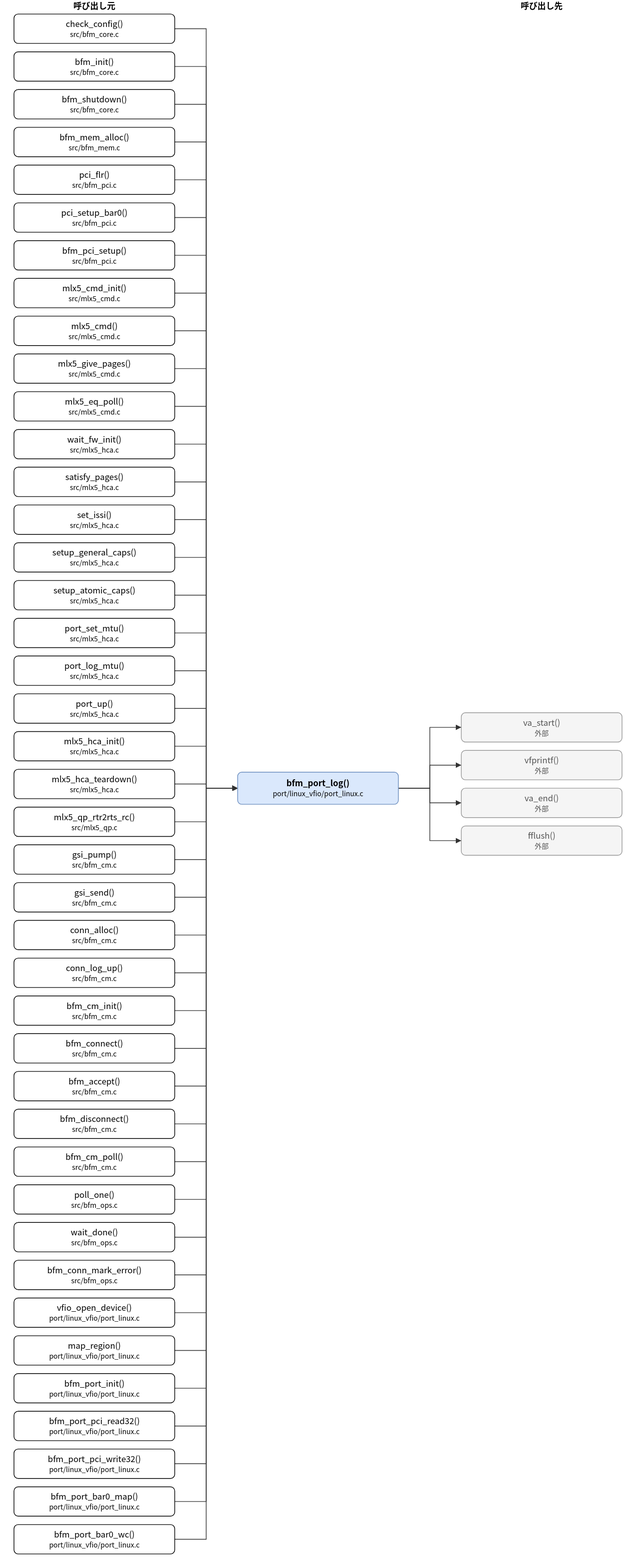
hf355051012-ai/bfmem keeps this draw.io diagram as doc/spec/images/call_port_linux_vfio_port_linux__bfm_port_log.drawio.svg. Above is the earlier version. Source tidied: cells renumbered, new cells last; positions are measured from the earlier drawing's top-left corner, leaving out a move shared by most shapes.
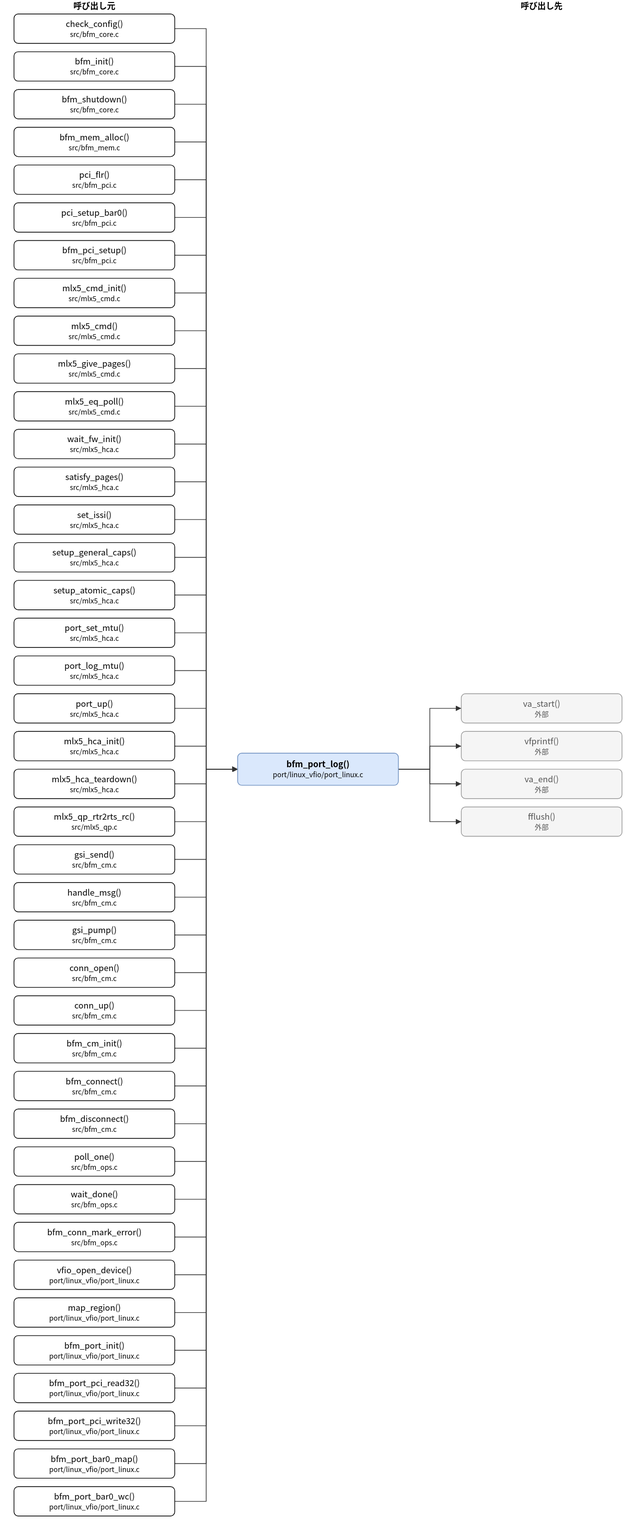
Later version of the same file.

Diff of the diagram source:
```diff
@@ -5,3 +5,3 @@
     <mxCell id="2" value="bfm_port_log()&lt;br&gt;&lt;font style=&quot;font-size:10px&quot;&gt;port/linux_vfio/port_linux.c&lt;/font&gt;" style="rounded=1;whiteSpace=wrap;html=1;fillColor=#dae8fc;strokeColor=#6c8ebf;fontStyle=1;" parent="1" vertex="1">
-      <mxGeometry x="320" y="1104" width="230" height="46" as="geometry" />
+      <mxGeometry x="320" y="1077" width="230" height="46" as="geometry" />
     </mxCell>
@@ -73,21 +73,21 @@
     </mxCell>
-    <mxCell id="25" value="gsi_pump()&lt;br&gt;&lt;font style=&quot;font-size:10px&quot;&gt;src/bfm_cm.c&lt;/font&gt;" style="rounded=1;whiteSpace=wrap;html=1;" parent="1" vertex="1">
+    <mxCell id="25" value="gsi_send()&lt;br&gt;&lt;font style=&quot;font-size:10px&quot;&gt;src/bfm_cm.c&lt;/font&gt;" style="rounded=1;whiteSpace=wrap;html=1;" parent="1" vertex="1">
       <mxGeometry y="1208" width="230" height="42" as="geometry" />
     </mxCell>
-    <mxCell id="26" value="gsi_send()&lt;br&gt;&lt;font style=&quot;font-size:10px&quot;&gt;src/bfm_cm.c&lt;/font&gt;" style="rounded=1;whiteSpace=wrap;html=1;" parent="1" vertex="1">
+    <mxCell id="26" value="handle_msg()&lt;br&gt;&lt;font style=&quot;font-size:10px&quot;&gt;src/bfm_cm.c&lt;/font&gt;" style="rounded=1;whiteSpace=wrap;html=1;" parent="1" vertex="1">
       <mxGeometry y="1262" width="230" height="42" as="geometry" />
     </mxCell>
-    <mxCell id="27" value="conn_alloc()&lt;br&gt;&lt;font style=&quot;font-size:10px&quot;&gt;src/bfm_cm.c&lt;/font&gt;" style="rounded=1;whiteSpace=wrap;html=1;" parent="1" vertex="1">
+    <mxCell id="27" value="gsi_pump()&lt;br&gt;&lt;font style=&quot;font-size:10px&quot;&gt;src/bfm_cm.c&lt;/font&gt;" style="rounded=1;whiteSpace=wrap;html=1;" parent="1" vertex="1">
       <mxGeometry y="1316" width="230" height="42" as="geometry" />
     </mxCell>
-    <mxCell id="28" value="conn_log_up()&lt;br&gt;&lt;font style=&quot;font-size:10px&quot;&gt;src/bfm_cm.c&lt;/font&gt;" style="rounded=1;whiteSpace=wrap;html=1;" parent="1" vertex="1">
+    <mxCell id="28" value="conn_open()&lt;br&gt;&lt;font style=&quot;font-size:10px&quot;&gt;src/bfm_cm.c&lt;/font&gt;" style="rounded=1;whiteSpace=wrap;html=1;" parent="1" vertex="1">
       <mxGeometry y="1370" width="230" height="42" as="geometry" />
     </mxCell>
-    <mxCell id="29" value="bfm_cm_init()&lt;br&gt;&lt;font style=&quot;font-size:10px&quot;&gt;src/bfm_cm.c&lt;/font&gt;" style="rounded=1;whiteSpace=wrap;html=1;" parent="1" vertex="1">
+    <mxCell id="29" value="conn_up()&lt;br&gt;&lt;font style=&quot;font-size:10px&quot;&gt;src/bfm_cm.c&lt;/font&gt;" style="rounded=1;whiteSpace=wrap;html=1;" parent="1" vertex="1">
       <mxGeometry y="1424" width="230" height="42" as="geometry" />
     </mxCell>
-    <mxCell id="30" value="bfm_connect()&lt;br&gt;&lt;font style=&quot;font-size:10px&quot;&gt;src/bfm_cm.c&lt;/font&gt;" style="rounded=1;whiteSpace=wrap;html=1;" parent="1" vertex="1">
+    <mxCell id="30" value="bfm_cm_init()&lt;br&gt;&lt;font style=&quot;font-size:10px&quot;&gt;src/bfm_cm.c&lt;/font&gt;" style="rounded=1;whiteSpace=wrap;html=1;" parent="1" vertex="1">
       <mxGeometry y="1478" width="230" height="42" as="geometry" />
     </mxCell>
-    <mxCell id="31" value="bfm_accept()&lt;br&gt;&lt;font style=&quot;font-size:10px&quot;&gt;src/bfm_cm.c&lt;/font&gt;" style="rounded=1;whiteSpace=wrap;html=1;" parent="1" vertex="1">
+    <mxCell id="31" value="bfm_connect()&lt;br&gt;&lt;font style=&quot;font-size:10px&quot;&gt;src/bfm_cm.c&lt;/font&gt;" style="rounded=1;whiteSpace=wrap;html=1;" parent="1" vertex="1">
       <mxGeometry y="1532" width="230" height="42" as="geometry" />
@@ -97,46 +97,43 @@
     </mxCell>
-    <mxCell id="33" value="bfm_cm_poll()&lt;br&gt;&lt;font style=&quot;font-size:10px&quot;&gt;src/bfm_cm.c&lt;/font&gt;" style="rounded=1;whiteSpace=wrap;html=1;" parent="1" vertex="1">
+    <mxCell id="33" value="poll_one()&lt;br&gt;&lt;font style=&quot;font-size:10px&quot;&gt;src/bfm_ops.c&lt;/font&gt;" style="rounded=1;whiteSpace=wrap;html=1;" parent="1" vertex="1">
       <mxGeometry y="1640" width="230" height="42" as="geometry" />
     </mxCell>
-    <mxCell id="34" value="poll_one()&lt;br&gt;&lt;font style=&quot;font-size:10px&quot;&gt;src/bfm_ops.c&lt;/font&gt;" style="rounded=1;whiteSpace=wrap;html=1;" parent="1" vertex="1">
+    <mxCell id="34" value="wait_done()&lt;br&gt;&lt;font style=&quot;font-size:10px&quot;&gt;src/bfm_ops.c&lt;/font&gt;" style="rounded=1;whiteSpace=wrap;html=1;" parent="1" vertex="1">
       <mxGeometry y="1694" width="230" height="42" as="geometry" />
     </mxCell>
-    <mxCell id="35" value="wait_done()&lt;br&gt;&lt;font style=&quot;font-size:10px&quot;&gt;src/bfm_ops.c&lt;/font&gt;" style="rounded=1;whiteSpace=wrap;html=1;" parent="1" vertex="1">
+    <mxCell id="35" value="bfm_conn_mark_error()&lt;br&gt;&lt;font style=&quot;font-size:10px&quot;&gt;src/bfm_ops.c&lt;/font&gt;" style="rounded=1;whiteSpace=wrap;html=1;" parent="1" vertex="1">
       <mxGeometry y="1748" width="230" height="42" as="geometry" />
     </mxCell>
-    <mxCell id="36" value="bfm_conn_mark_error()&lt;br&gt;&lt;font style=&quot;font-size:10px&quot;&gt;src/bfm_ops.c&lt;/font&gt;" style="rounded=1;whiteSpace=wrap;html=1;" parent="1" vertex="1">
+    <mxCell id="36" value="vfio_open_device()&lt;br&gt;&lt;font style=&quot;font-size:10px&quot;&gt;port/linux_vfio/port_linux.c&lt;/font&gt;" style="rounded=1;whiteSpace=wrap;html=1;" parent="1" vertex="1">
       <mxGeometry y="1802" width="230" height="42" as="geometry" />
     </mxCell>
-    <mxCell id="37" value="vfio_open_device()&lt;br&gt;&lt;font style=&quot;font-size:10px&quot;&gt;port/linux_vfio/port_linux.c&lt;/font&gt;" style="rounded=1;whiteSpace=wrap;html=1;" parent="1" vertex="1">
+    <mxCell id="37" value="map_region()&lt;br&gt;&lt;font style=&quot;font-size:10px&quot;&gt;port/linux_vfio/port_linux.c&lt;/font&gt;" style="rounded=1;whiteSpace=wrap;html=1;" parent="1" vertex="1">
       <mxGeometry y="1856" width="230" height="42" as="geometry" />
     </mxCell>
-    <mxCell id="38" value="map_region()&lt;br&gt;&lt;font style=&quot;font-size:10px&quot;&gt;port/linux_vfio/port_linux.c&lt;/font&gt;" style="rounded=1;whiteSpace=wrap;html=1;" parent="1" vertex="1">
+    <mxCell id="38" value="bfm_port_init()&lt;br&gt;&lt;font style=&quot;font-size:10px&quot;&gt;port/linux_vfio/port_linux.c&lt;/font&gt;" style="rounded=1;whiteSpace=wrap;html=1;" parent="1" vertex="1">
       <mxGeometry y="1910" width="230" height="42" as="geometry" />
     </mxCell>
-    <mxCell id="39" value="bfm_port_init()&lt;br&gt;&lt;font style=&quot;font-size:10px&quot;&gt;port/linux_vfio/port_linux.c&lt;/font&gt;" style="rounded=1;whiteSpace=wrap;html=1;" parent="1" vertex="1">
+    <mxCell id="39" value="bfm_port_pci_read32()&lt;br&gt;&lt;font style=&quot;font-size:10px&quot;&gt;port/linux_vfio/port_linux.c&lt;/font&gt;" style="rounded=1;whiteSpace=wrap;html=1;" parent="1" vertex="1">
       <mxGeometry y="1964" width="230" height="42" as="geometry" />
     </mxCell>
-    <mxCell id="40" value="bfm_port_pci_read32()&lt;br&gt;&lt;font style=&quot;font-size:10px&quot;&gt;port/linux_vfio/port_linux.c&lt;/font&gt;" style="rounded=1;whiteSpace=wrap;html=1;" parent="1" vertex="1">
+    <mxCell id="40" value="bfm_port_pci_write32()&lt;br&gt;&lt;font style=&quot;font-size:10px&quot;&gt;port/linux_vfio/port_linux.c&lt;/font&gt;" style="rounded=1;whiteSpace=wrap;html=1;" parent="1" vertex="1">
       <mxGeometry y="2018" width="230" height="42" as="geometry" />
     </mxCell>
-    <mxCell id="41" value="bfm_port_pci_write32()&lt;br&gt;&lt;font style=&quot;font-size:10px&quot;&gt;port/linux_vfio/port_linux.c&lt;/font&gt;" style="rounded=1;whiteSpace=wrap;html=1;" parent="1" vertex="1">
+    <mxCell id="41" value="bfm_port_bar0_map()&lt;br&gt;&lt;font style=&quot;font-size:10px&quot;&gt;port/linux_vfio/port_linux.c&lt;/font&gt;" style="rounded=1;whiteSpace=wrap;html=1;" parent="1" vertex="1">
       <mxGeometry y="2072" width="230" height="42" as="geometry" />
     </mxCell>
-    <mxCell id="42" value="bfm_port_bar0_map()&lt;br&gt;&lt;font style=&quot;font-size:10px&quot;&gt;port/linux_vfio/port_linux.c&lt;/font&gt;" style="rounded=1;whiteSpace=wrap;html=1;" parent="1" vertex="1">
+    <mxCell id="42" value="bfm_port_bar0_wc()&lt;br&gt;&lt;font style=&quot;font-size:10px&quot;&gt;port/linux_vfio/port_linux.c&lt;/font&gt;" style="rounded=1;whiteSpace=wrap;html=1;" parent="1" vertex="1">
       <mxGeometry y="2126" width="230" height="42" as="geometry" />
     </mxCell>
-    <mxCell id="43" value="bfm_port_bar0_wc()&lt;br&gt;&lt;font style=&quot;font-size:10px&quot;&gt;port/linux_vfio/port_linux.c&lt;/font&gt;" style="rounded=1;whiteSpace=wrap;html=1;" parent="1" vertex="1">
-      <mxGeometry y="2180" width="230" height="42" as="geometry" />
-    </mxCell>
     <mxCell id="44" value="va_start()&lt;br&gt;&lt;font style=&quot;font-size:10px&quot;&gt;外部&lt;/font&gt;" style="rounded=1;whiteSpace=wrap;html=1;fillColor=#f5f5f5;strokeColor=#999999;fontColor=#555555;" parent="1" vertex="1">
-      <mxGeometry x="640" y="1019" width="230" height="42" as="geometry" />
+      <mxGeometry x="640" y="992" width="230" height="42" as="geometry" />
     </mxCell>
     <mxCell id="45" value="vfprintf()&lt;br&gt;&lt;font style=&quot;font-size:10px&quot;&gt;外部&lt;/font&gt;" style="rounded=1;whiteSpace=wrap;html=1;fillColor=#f5f5f5;strokeColor=#999999;fontColor=#555555;" parent="1" vertex="1">
-      <mxGeometry x="640" y="1073" width="230" height="42" as="geometry" />
+      <mxGeometry x="640" y="1046" width="230" height="42" as="geometry" />
     </mxCell>
     <mxCell id="46" value="va_end()&lt;br&gt;&lt;font style=&quot;font-size:10px&quot;&gt;外部&lt;/font&gt;" style="rounded=1;whiteSpace=wrap;html=1;fillColor=#f5f5f5;strokeColor=#999999;fontColor=#555555;" parent="1" vertex="1">
-      <mxGeometry x="640" y="1127" width="230" height="42" as="geometry" />
+      <mxGeometry x="640" y="1100" width="230" height="42" as="geometry" />
     </mxCell>
     <mxCell id="47" value="fflush()&lt;br&gt;&lt;font style=&quot;font-size:10px&quot;&gt;外部&lt;/font&gt;" style="rounded=1;whiteSpace=wrap;html=1;fillColor=#f5f5f5;strokeColor=#999999;fontColor=#555555;" parent="1" vertex="1">
-      <mxGeometry x="640" y="1181" width="230" height="42" as="geometry" />
+      <mxGeometry x="640" y="1154" width="230" height="42" as="geometry" />
     </mxCell>
@@ -146,3 +143,3 @@
           <mxPoint x="275" y="41" />
-          <mxPoint x="275" y="1127" />
+          <mxPoint x="275" y="1100" />
         </Array>
@@ -154,3 +151,3 @@
           <mxPoint x="275" y="95" />
-          <mxPoint x="275" y="1127" />
+          <mxPoint x="275" y="1100" />
         </Array>
@@ -162,3 +159,3 @@
           <mxPoint x="275" y="149" />
-          <mxPoint x="275" y="1127" />
+          <mxPoint x="275" y="1100" />
         </Array>
@@ -170,3 +167,3 @@
           <mxPoint x="275" y="203" />
-          <mxPoint x="275" y="1127" />
+          <mxPoint x="275" y="1100" />
         </Array>
@@ -178,3 +175,3 @@
           <mxPoint x="275" y="257" />
-          <mxPoint x="275" y="1127" />
+          <mxPoint x="275" y="1100" />
         </Array>
@@ -186,3 +183,3 @@
           <mxPoint x="275" y="311" />
-          <mxPoint x="275" y="1127" />
+          <mxPoint x="275" y="1100" />
         </Array>
@@ -194,3 +191,3 @@
           <mxPoint x="275" y="365" />
-          <mxPoint x="275" y="1127" />
+          <mxPoint x="275" y="1100" />
         </Array>
@@ -202,3 +199,3 @@
           <mxPoint x="275" y="419" />
-          <mxPoint x="275" y="1127" />
+          <mxPoint x="275" y="1100" />
         </Array>
@@ -210,3 +207,3 @@
           <mxPoint x="275" y="473" />
-          <mxPoint x="275" y="1127" />
+          <mxPoint x="275" y="1100" />
         </Array>
@@ -218,3 +215,3 @@
           <mxPoint x="275" y="527" />
-          <mxPoint x="275" y="1127" />
+          <mxPoint x="275" y="1100" />
         </Array>
@@ -226,3 +223,3 @@
           <mxPoint x="275" y="581" />
-          <mxPoint x="275" y="1127" />
+          <mxPoint x="275" y="1100" />
         </Array>
@@ -234,3 +231,3 @@
           <mxPoint x="275" y="635" />
-          <mxPoint x="275" y="1127" />
+          <mxPoint x="275" y="1100" />
         </Array>
@@ -242,3 +239,3 @@
           <mxPoint x="275" y="689" />
-          <mxPoint x="275" y="1127" />
+          <mxPoint x="275" y="1100" />
         </Array>
@@ -250,3 +247,3 @@
           <mxPoint x="275" y="743" />
-          <mxPoint x="275" y="1127" />
+          <mxPoint x="275" y="1100" />
         </Array>
@@ -258,3 +255,3 @@
           <mxPoint x="275" y="797" />
-          <mxPoint x="275" y="1127" />
+          <mxPoint x="275" y="1100" />
         </Array>
@@ -266,3 +263,3 @@
           <mxPoint x="275" y="851" />
-          <mxPoint x="275" y="1127" />
+          <mxPoint x="275" y="1100" />
         </Array>
@@ -274,3 +271,3 @@
           <mxPoint x="275" y="905" />
-          <mxPoint x="275" y="1127" />
+          <mxPoint x="275" y="1100" />
         </Array>
@@ -282,3 +279,3 @@
           <mxPoint x="275" y="959" />
-          <mxPoint x="275" y="1127" />
+          <mxPoint x="275" y="1100" />
         </Array>
@@ -290,3 +287,3 @@
           <mxPoint x="275" y="1013" />
-          <mxPoint x="275" y="1127" />
+          <mxPoint x="275" y="1100" />
         </Array>
@@ -298,3 +295,3 @@
           <mxPoint x="275" y="1067" />
-          <mxPoint x="275" y="1127" />
+          <mxPoint x="275" y="1100" />
         </Array>
@@ -306,3 +303,3 @@
           <mxPoint x="275" y="1121" />
-          <mxPoint x="275" y="1127" />
+          <mxPoint x="275" y="1100" />
         </Array>
@@ -314,3 +311,3 @@
           <mxPoint x="275" y="1175" />
-          <mxPoint x="275" y="1127" />
+          <mxPoint x="275" y="1100" />
         </Array>
@@ -322,3 +319,3 @@
           <mxPoint x="275" y="1229" />
-          <mxPoint x="275" y="1127" />
+          <mxPoint x="275" y="1100" />
         </Array>
@@ -330,3 +327,3 @@
           <mxPoint x="275" y="1283" />
-          <mxPoint x="275" y="1127" />
+          <mxPoint x="275" y="1100" />
         </Array>
@@ -338,3 +335,3 @@
           <mxPoint x="275" y="1337" />
-          <mxPoint x="275" y="1127" />
+          <mxPoint x="275" y="1100" />
         </Array>
@@ -346,3 +343,3 @@
           <mxPoint x="275" y="1391" />
-          <mxPoint x="275" y="1127" />
+          <mxPoint x="275" y="1100" />
         </Array>
@@ -354,3 +351,3 @@
           <mxPoint x="275" y="1445" />
-          <mxPoint x="275" y="1127" />
+          <mxPoint x="275" y="1100" />
         </Array>
@@ -362,3 +359,3 @@
           <mxPoint x="275" y="1499" />
-          <mxPoint x="275" y="1127" />
+          <mxPoint x="275" y="1100" />
         </Array>
@@ -370,3 +367,3 @@
           <mxPoint x="275" y="1553" />
-          <mxPoint x="275" y="1127" />
+          <mxPoint x="275" y="1100" />
         </Array>
@@ -378,3 +375,3 @@
           <mxPoint x="275" y="1607" />
-          <mxPoint x="275" y="1127" />
+          <mxPoint x="275" y="1100" />
         </Array>
@@ -386,3 +383,3 @@
           <mxPoint x="275" y="1661" />
-          <mxPoint x="275" y="1127" />
+          <mxPoint x="275" y="1100" />
         </Array>
@@ -394,3 +391,3 @@
           <mxPoint x="275" y="1715" />
-          <mxPoint x="275" y="1127" />
+          <mxPoint x="275" y="1100" />
         </Array>
@@ -402,3 +399,3 @@
           <mxPoint x="275" y="1769" />
-          <mxPoint x="275" y="1127" />
+          <mxPoint x="275" y="1100" />
         </Array>
@@ -410,3 +407,3 @@
           <mxPoint x="275" y="1823" />
-          <mxPoint x="275" y="1127" />
+          <mxPoint x="275" y="1100" />
         </Array>
@@ -418,3 +415,3 @@
           <mxPoint x="275" y="1877" />
-          <mxPoint x="275" y="1127" />
+          <mxPoint x="275" y="1100" />
         </Array>
@@ -426,3 +423,3 @@
           <mxPoint x="275" y="1931" />
-          <mxPoint x="275" y="1127" />
+          <mxPoint x="275" y="1100" />
         </Array>
@@ -434,3 +431,3 @@
           <mxPoint x="275" y="1985" />
-          <mxPoint x="275" y="1127" />
+          <mxPoint x="275" y="1100" />
         </Array>
@@ -442,3 +439,3 @@
           <mxPoint x="275" y="2039" />
-          <mxPoint x="275" y="1127" />
+          <mxPoint x="275" y="1100" />
         </Array>
@@ -450,3 +447,3 @@
           <mxPoint x="275" y="2093" />
-          <mxPoint x="275" y="1127" />
+          <mxPoint x="275" y="1100" />
         </Array>
@@ -458,3 +455,3 @@
           <mxPoint x="275" y="2147" />
-          <mxPoint x="275" y="1127" />
+          <mxPoint x="275" y="1100" />
         </Array>
@@ -462,7 +459,7 @@
     </mxCell>
-    <mxCell id="88" style="edgeStyle=none;html=1;rounded=0;endArrow=block;endFill=1;exitX=1.0000;exitY=0.5000;exitDx=0;exitDy=0;exitPerimeter=0;entryX=0.0000;entryY=0.5000;entryDx=0;entryDy=0;entryPerimeter=0;" parent="1" edge="1" source="43" target="2">
+    <mxCell id="88" style="edgeStyle=none;html=1;rounded=0;endArrow=block;endFill=1;exitX=1.0000;exitY=0.5000;exitDx=0;exitDy=0;exitPerimeter=0;entryX=0.0000;entryY=0.5000;entryDx=0;entryDy=0;entryPerimeter=0;" parent="1" edge="1" source="2" target="44">
       <mxGeometry relative="1" as="geometry">
         <Array as="points">
-          <mxPoint x="275" y="2201" />
-          <mxPoint x="275" y="1127" />
+          <mxPoint x="595" y="1100" />
+          <mxPoint x="595" y="1013" />
         </Array>
@@ -470,7 +467,7 @@
     </mxCell>
-    <mxCell id="89" style="edgeStyle=none;html=1;rounded=0;endArrow=block;endFill=1;exitX=1.0000;exitY=0.5000;exitDx=0;exitDy=0;exitPerimeter=0;entryX=0.0000;entryY=0.5000;entryDx=0;entryDy=0;entryPerimeter=0;" parent="1" edge="1" source="2" target="44">
+    <mxCell id="89" style="edgeStyle=none;html=1;rounded=0;endArrow=block;endFill=1;exitX=1.0000;exitY=0.5000;exitDx=0;exitDy=0;exitPerimeter=0;entryX=0.0000;entryY=0.5000;entryDx=0;entryDy=0;entryPerimeter=0;" parent="1" edge="1" source="2" target="45">
       <mxGeometry relative="1" as="geometry">
         <Array as="points">
-          <mxPoint x="595" y="1127" />
-          <mxPoint x="595" y="1040" />
+          <mxPoint x="595" y="1100" />
+          <mxPoint x="595" y="1067" />
         </Array>
@@ -478,7 +475,7 @@
     </mxCell>
-    <mxCell id="90" style="edgeStyle=none;html=1;rounded=0;endArrow=block;endFill=1;exitX=1.0000;exitY=0.5000;exitDx=0;exitDy=0;exitPerimeter=0;entryX=0.0000;entryY=0.5000;entryDx=0;entryDy=0;entryPerimeter=0;" parent="1" edge="1" source="2" target="45">
+    <mxCell id="90" style="edgeStyle=none;html=1;rounded=0;endArrow=block;endFill=1;exitX=1.0000;exitY=0.5000;exitDx=0;exitDy=0;exitPerimeter=0;entryX=0.0000;entryY=0.5000;entryDx=0;entryDy=0;entryPerimeter=0;" parent="1" edge="1" source="2" target="46">
       <mxGeometry relative="1" as="geometry">
         <Array as="points">
-          <mxPoint x="595" y="1127" />
-          <mxPoint x="595" y="1094" />
+          <mxPoint x="595" y="1100" />
+          <mxPoint x="595" y="1121" />
         </Array>
@@ -486,7 +483,7 @@
     </mxCell>
-    <mxCell id="91" style="edgeStyle=none;html=1;rounded=0;endArrow=block;endFill=1;exitX=1.0000;exitY=0.5000;exitDx=0;exitDy=0;exitPerimeter=0;entryX=0.0000;entryY=0.5000;entryDx=0;entryDy=0;entryPerimeter=0;" parent="1" edge="1" source="2" target="46">
+    <mxCell id="91" style="edgeStyle=none;html=1;rounded=0;endArrow=block;endFill=1;exitX=1.0000;exitY=0.5000;exitDx=0;exitDy=0;exitPerimeter=0;entryX=0.0000;entryY=0.5000;entryDx=0;entryDy=0;entryPerimeter=0;" parent="1" edge="1" source="2" target="47">
       <mxGeometry relative="1" as="geometry">
         <Array as="points">
-          <mxPoint x="595" y="1127" />
-          <mxPoint x="595" y="1148" />
+          <mxPoint x="595" y="1100" />
+          <mxPoint x="595" y="1175" />
         </Array>
@@ -494,10 +491,2 @@
     </mxCell>
-    <mxCell id="92" style="edgeStyle=none;html=1;rounded=0;endArrow=block;endFill=1;exitX=1.0000;exitY=0.5000;exitDx=0;exitDy=0;exitPerimeter=0;entryX=0.0000;entryY=0.5000;entryDx=0;entryDy=0;entryPerimeter=0;" parent="1" edge="1" source="2" target="47">
-      <mxGeometry relative="1" as="geometry">
-        <Array as="points">
-          <mxPoint x="595" y="1127" />
-          <mxPoint x="595" y="1202" />
-        </Array>
-      </mxGeometry>
-    </mxCell>
     <mxCell id="93" value="呼び出し元" style="text;html=1;align=center;fontStyle=1;" parent="1" vertex="1">
```
